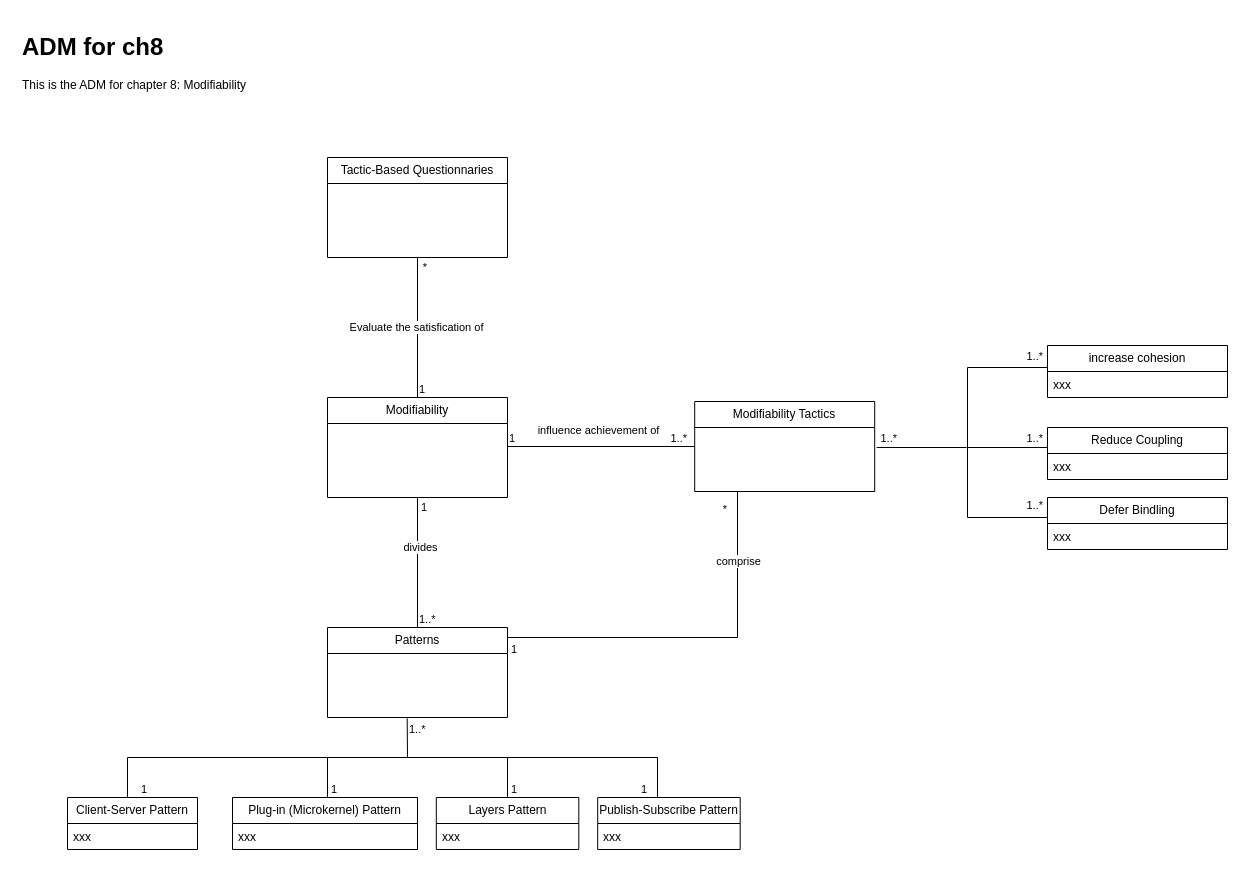
Earlier version of the draw.io diagram Documentation/DomainModel/ch8_9.drawio (dhruwanga19/4471_Group14_ProjectDocumentation). Source tidied: cells renumbered, new cells numbered last; positions are measured from the earlier drawing's top-left corner, leaving out a move shared by most shapes. Both pictures are drawn from the tidied source at 100%, with x=0, y=0 at pixel (17, 27).
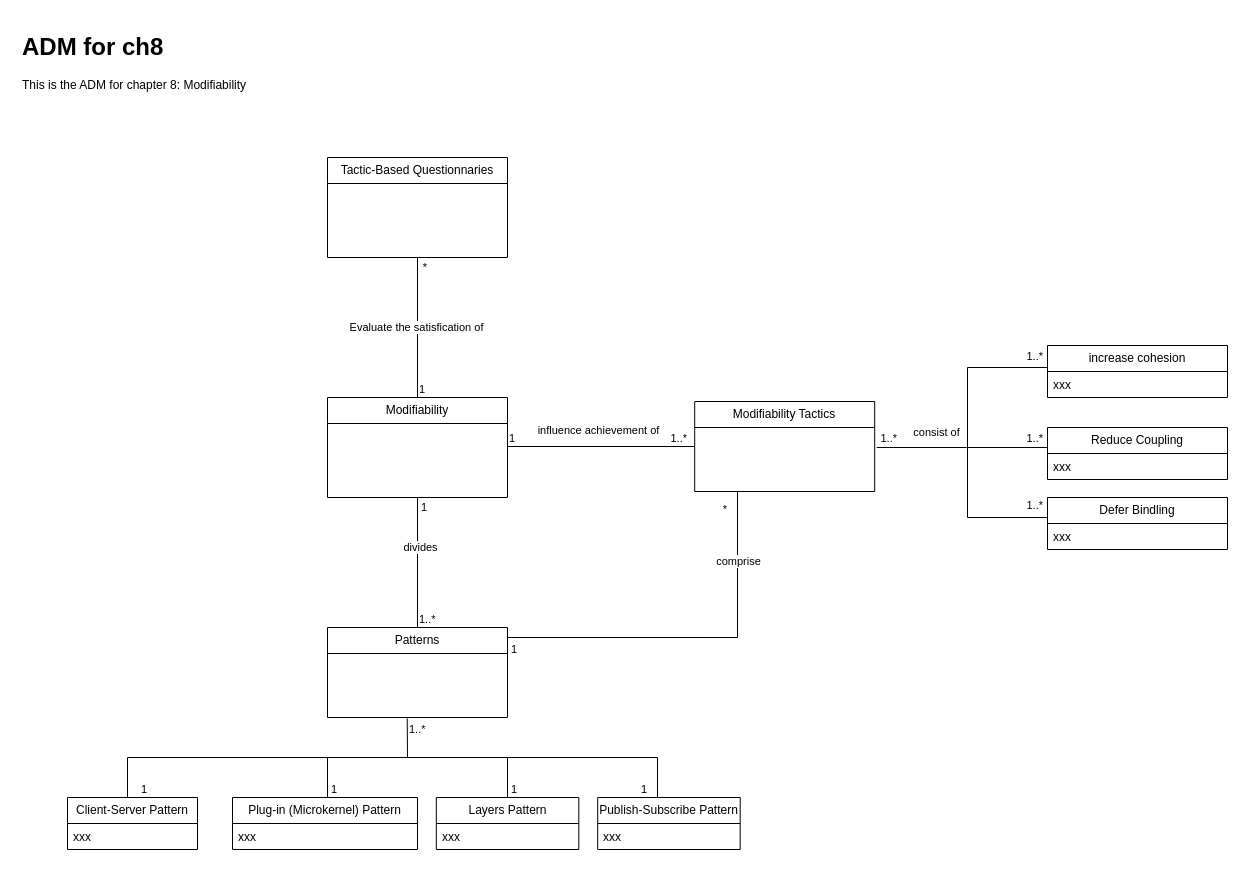
The same page after the edit.

Change to the diagram source:
```diff
@@
+    <mxCell id="58" value="consist of" style="edgeLabel;html=1;align=center;verticalAlign=middle;" parent="1" vertex="1">
+      <mxGeometry x="949" y="346" as="geometry">
+        <mxPoint x="-31" y="58" as="offset" />
+      </mxGeometry>
+    </mxCell>
```
